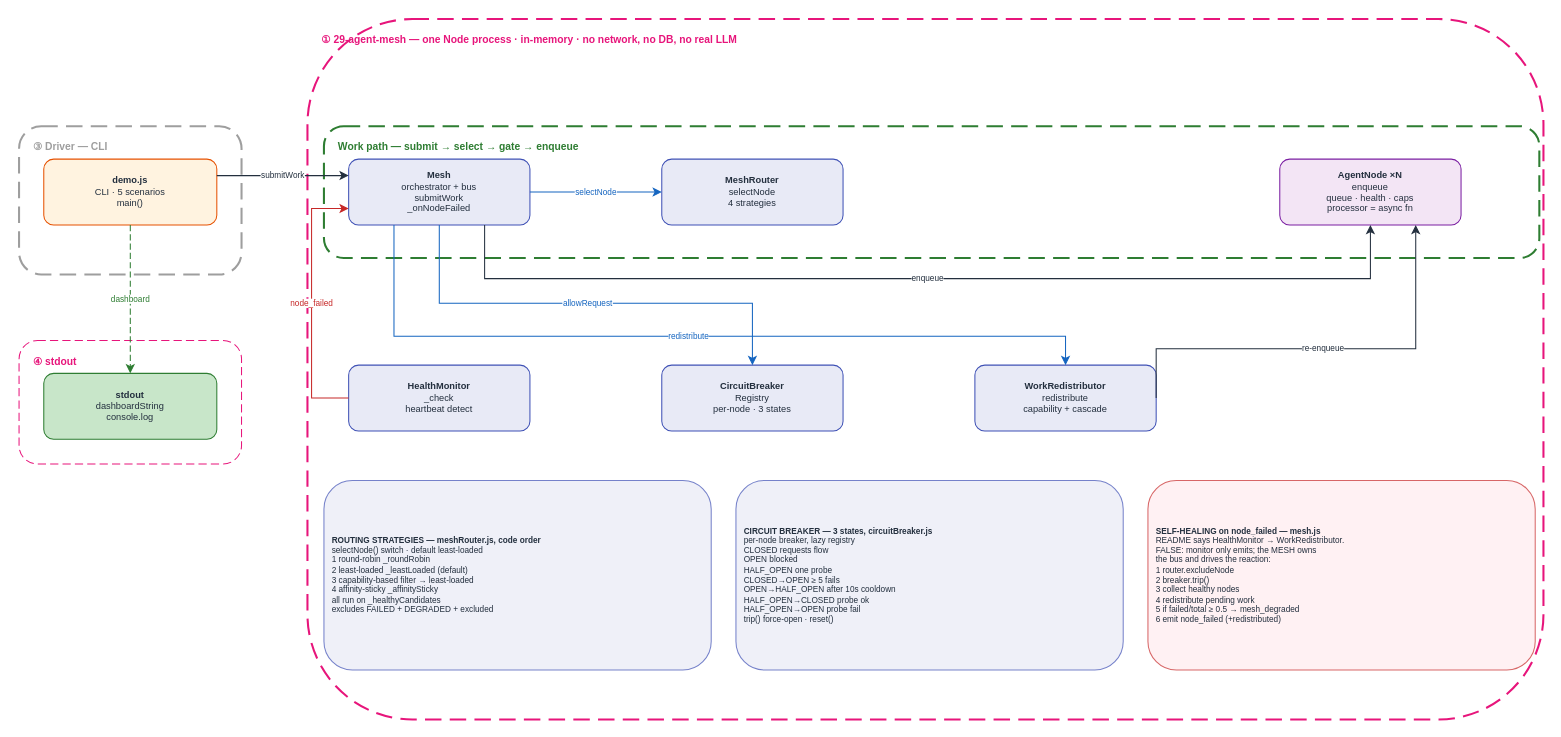
gmaheshraju/Hands-on-AgenticAI keeps this draw.io diagram as docs/diagrams/agent_mesh_v1/HOA_AgentMesh_v1.drawio. Above is the earlier version. Source tidied: cells renumbered, new cells numbered last; positions are measured from the earlier drawing's top-left corner, leaving out a move shared by most shapes. Both pictures are drawn from the tidied source at 103%, with x=0, y=0 at pixel (19, 19).
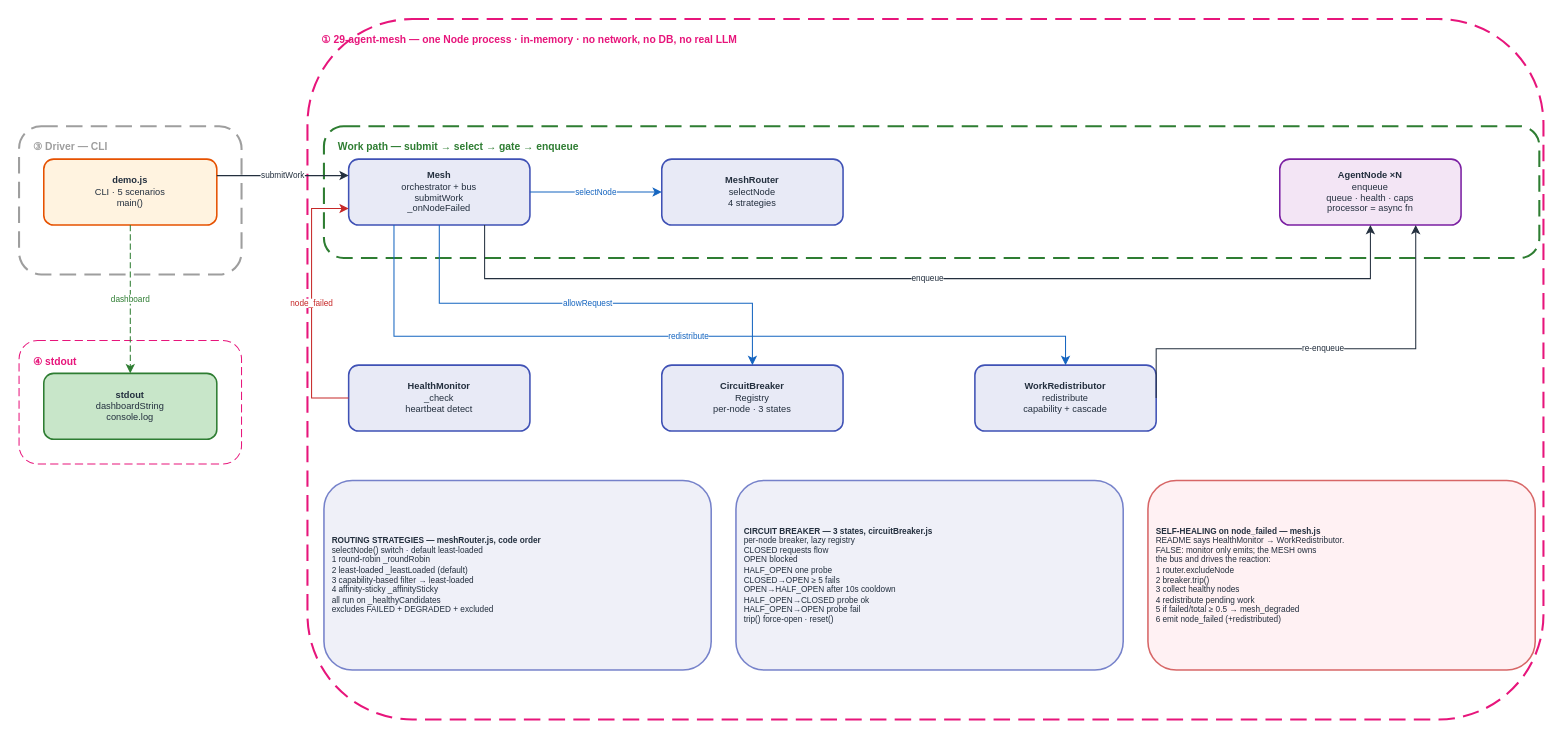
The same diagram, later.

Diff of the diagram source:
```diff
@@
-    <mxCell id="10" value="&lt;b&gt;demo.js&lt;/b&gt;&lt;br&gt;CLI · 5 scenarios&lt;br&gt;main()" style="rounded=1;fillColor=#FFF3E0;strokeColor=#E65100;fontSize=9;fontColor=#232F3E;html=1;whiteSpace=wrap;align=center;" parent="1" vertex="1">
+    <mxCell id="10" value="&lt;b&gt;demo.js&lt;/b&gt;&lt;br&gt;CLI · 5 scenarios&lt;br&gt;main()" style="rounded=1;fillColor=#FFF3E0;strokeColor=#E65100;strokeWidth=1.5;fontSize=9;fontColor=#232F3E;html=1;whiteSpace=wrap;align=center;" parent="1" vertex="1">
       <mxGeometry x="24" y="136" width="168" height="64" as="geometry" />
     </mxCell>
-    <mxCell id="11" value="&lt;b&gt;Mesh&lt;/b&gt;&lt;br&gt;orchestrator + bus&lt;br&gt;submitWork&lt;br&gt;_onNodeFailed" style="rounded=1;fillColor=#E8EAF6;strokeColor=#3F51B5;fontSize=9;fontColor=#232F3E;html=1;whiteSpace=wrap;align=center;" parent="1" vertex="1">
+    <mxCell id="11" value="&lt;b&gt;Mesh&lt;/b&gt;&lt;br&gt;orchestrator + bus&lt;br&gt;submitWork&lt;br&gt;_onNodeFailed" style="rounded=1;fillColor=#E8EAF6;strokeColor=#3F51B5;strokeWidth=1.5;fontSize=9;fontColor=#232F3E;html=1;whiteSpace=wrap;align=center;" parent="1" vertex="1">
       <mxGeometry x="320" y="136" width="176" height="64" as="geometry" />
     </mxCell>
-    <mxCell id="12" value="&lt;b&gt;MeshRouter&lt;/b&gt;&lt;br&gt;selectNode&lt;br&gt;4 strategies" style="rounded=1;fillColor=#E8EAF6;strokeColor=#3F51B5;fontSize=9;fontColor=#232F3E;html=1;whiteSpace=wrap;align=center;" parent="1" vertex="1">
+    <mxCell id="12" value="&lt;b&gt;MeshRouter&lt;/b&gt;&lt;br&gt;selectNode&lt;br&gt;4 strategies" style="rounded=1;fillColor=#E8EAF6;strokeColor=#3F51B5;strokeWidth=1.5;fontSize=9;fontColor=#232F3E;html=1;whiteSpace=wrap;align=center;" parent="1" vertex="1">
       <mxGeometry x="624" y="136" width="176" height="64" as="geometry" />
     </mxCell>
-    <mxCell id="13" value="&lt;b&gt;AgentNode ×N&lt;/b&gt;&lt;br&gt;enqueue&lt;br&gt;queue · health · caps&lt;br&gt;processor = async fn" style="rounded=1;fillColor=#F3E5F5;strokeColor=#7B1FA2;fontSize=9;fontColor=#232F3E;html=1;whiteSpace=wrap;align=center;" parent="1" vertex="1">
+    <mxCell id="13" value="&lt;b&gt;AgentNode ×N&lt;/b&gt;&lt;br&gt;enqueue&lt;br&gt;queue · health · caps&lt;br&gt;processor = async fn" style="rounded=1;fillColor=#F3E5F5;strokeColor=#7B1FA2;strokeWidth=1.5;fontSize=9;fontColor=#232F3E;html=1;whiteSpace=wrap;align=center;" parent="1" vertex="1">
       <mxGeometry x="1224" y="136" width="176" height="64" as="geometry" />
     </mxCell>
-    <mxCell id="14" value="&lt;b&gt;HealthMonitor&lt;/b&gt;&lt;br&gt;_check&lt;br&gt;heartbeat detect" style="rounded=1;fillColor=#E8EAF6;strokeColor=#3F51B5;fontSize=9;fontColor=#232F3E;html=1;whiteSpace=wrap;align=center;" parent="1" vertex="1">
+    <mxCell id="14" value="&lt;b&gt;HealthMonitor&lt;/b&gt;&lt;br&gt;_check&lt;br&gt;heartbeat detect" style="rounded=1;fillColor=#E8EAF6;strokeColor=#3F51B5;strokeWidth=1.5;fontSize=9;fontColor=#232F3E;html=1;whiteSpace=wrap;align=center;" parent="1" vertex="1">
       <mxGeometry x="320" y="336" width="176" height="64" as="geometry" />
     </mxCell>
-    <mxCell id="15" value="&lt;b&gt;CircuitBreaker&lt;/b&gt;&lt;br&gt;Registry&lt;br&gt;per-node · 3 states" style="rounded=1;fillColor=#E8EAF6;strokeColor=#3F51B5;fontSize=9;fontColor=#232F3E;html=1;whiteSpace=wrap;align=center;" parent="1" vertex="1">
+    <mxCell id="15" value="&lt;b&gt;CircuitBreaker&lt;/b&gt;&lt;br&gt;Registry&lt;br&gt;per-node · 3 states" style="rounded=1;fillColor=#E8EAF6;strokeColor=#3F51B5;strokeWidth=1.5;fontSize=9;fontColor=#232F3E;html=1;whiteSpace=wrap;align=center;" parent="1" vertex="1">
       <mxGeometry x="624" y="336" width="176" height="64" as="geometry" />
     </mxCell>
-    <mxCell id="16" value="&lt;b&gt;WorkRedistributor&lt;/b&gt;&lt;br&gt;redistribute&lt;br&gt;capability + cascade" style="rounded=1;fillColor=#E8EAF6;strokeColor=#3F51B5;fontSize=9;fontColor=#232F3E;html=1;whiteSpace=wrap;align=center;" parent="1" vertex="1">
+    <mxCell id="16" value="&lt;b&gt;WorkRedistributor&lt;/b&gt;&lt;br&gt;redistribute&lt;br&gt;capability + cascade" style="rounded=1;fillColor=#E8EAF6;strokeColor=#3F51B5;strokeWidth=1.5;fontSize=9;fontColor=#232F3E;html=1;whiteSpace=wrap;align=center;" parent="1" vertex="1">
       <mxGeometry x="928" y="336" width="176" height="64" as="geometry" />
     </mxCell>
-    <mxCell id="17" value="&lt;b&gt;stdout&lt;/b&gt;&lt;br&gt;dashboardString&lt;br&gt;console.log" style="rounded=1;fillColor=#C8E6C9;strokeColor=#2E7D32;fontSize=9;fontColor=#232F3E;html=1;whiteSpace=wrap;align=center;" parent="1" vertex="1">
+    <mxCell id="17" value="&lt;b&gt;stdout&lt;/b&gt;&lt;br&gt;dashboardString&lt;br&gt;console.log" style="rounded=1;fillColor=#C8E6C9;strokeColor=#2E7D32;strokeWidth=1.5;fontSize=9;fontColor=#232F3E;html=1;whiteSpace=wrap;align=center;" parent="1" vertex="1">
       <mxGeometry x="24" y="344" width="168" height="64" as="geometry" />
     </mxCell>
-    <mxCell id="18" value="&lt;b&gt;ROUTING STRATEGIES — meshRouter.js, code order&lt;/b&gt;&lt;br&gt;selectNode() switch · default least-loaded&lt;br&gt;1 round-robin _roundRobin&lt;br&gt;2 least-loaded _leastLoaded (default)&lt;br&gt;3 capability-based filter → least-loaded&lt;br&gt;4 affinity-sticky _affinitySticky&lt;br&gt;all run on _healthyCandidates&lt;br&gt;excludes FAILED + DEGRADED + excluded" style="rounded=1;fillColor=#E8EAF6;strokeColor=#3F51B5;fontSize=8;fontColor=#232F3E;html=1;whiteSpace=wrap;align=left;spacingLeft=6;opacity=70;" parent="1" vertex="1">
+    <mxCell id="18" value="&lt;b&gt;ROUTING STRATEGIES — meshRouter.js, code order&lt;/b&gt;&lt;br&gt;selectNode() switch · default least-loaded&lt;br&gt;1 round-robin _roundRobin&lt;br&gt;2 least-loaded _leastLoaded (default)&lt;br&gt;3 capability-based filter → least-loaded&lt;br&gt;4 affinity-sticky _affinitySticky&lt;br&gt;all run on _healthyCandidates&lt;br&gt;excludes FAILED + DEGRADED + excluded" style="rounded=1;fillColor=#E8EAF6;strokeColor=#3F51B5;strokeWidth=1.5;fontSize=8;fontColor=#232F3E;html=1;whiteSpace=wrap;align=left;spacingLeft=6;opacity=70;" parent="1" vertex="1">
       <mxGeometry x="296" y="448" width="376" height="184" as="geometry" />
     </mxCell>
-    <mxCell id="19" value="&lt;b&gt;CIRCUIT BREAKER — 3 states, circuitBreaker.js&lt;/b&gt;&lt;br&gt;per-node breaker, lazy registry&lt;br&gt;CLOSED requests flow&lt;br&gt;OPEN blocked&lt;br&gt;HALF_OPEN one probe&lt;br&gt;CLOSED→OPEN ≥ 5 fails&lt;br&gt;OPEN→HALF_OPEN after 10s cooldown&lt;br&gt;HALF_OPEN→CLOSED probe ok&lt;br&gt;HALF_OPEN→OPEN probe fail&lt;br&gt;trip() force-open · reset()" style="rounded=1;fillColor=#E8EAF6;strokeColor=#3F51B5;fontSize=8;fontColor=#232F3E;html=1;whiteSpace=wrap;align=left;spacingLeft=6;opacity=70;" parent="1" vertex="1">
+    <mxCell id="19" value="&lt;b&gt;CIRCUIT BREAKER — 3 states, circuitBreaker.js&lt;/b&gt;&lt;br&gt;per-node breaker, lazy registry&lt;br&gt;CLOSED requests flow&lt;br&gt;OPEN blocked&lt;br&gt;HALF_OPEN one probe&lt;br&gt;CLOSED→OPEN ≥ 5 fails&lt;br&gt;OPEN→HALF_OPEN after 10s cooldown&lt;br&gt;HALF_OPEN→CLOSED probe ok&lt;br&gt;HALF_OPEN→OPEN probe fail&lt;br&gt;trip() force-open · reset()" style="rounded=1;fillColor=#E8EAF6;strokeColor=#3F51B5;strokeWidth=1.5;fontSize=8;fontColor=#232F3E;html=1;whiteSpace=wrap;align=left;spacingLeft=6;opacity=70;" parent="1" vertex="1">
       <mxGeometry x="696" y="448" width="376" height="184" as="geometry" />
     </mxCell>
-    <mxCell id="20" value="&lt;b&gt;SELF-HEALING on node_failed — mesh.js&lt;/b&gt;&lt;br&gt;README says HealthMonitor → WorkRedistributor.&lt;br&gt;FALSE: monitor only emits; the MESH owns&lt;br&gt;the bus and drives the reaction:&lt;br&gt;1 router.excludeNode&lt;br&gt;2 breaker.trip()&lt;br&gt;3 collect healthy nodes&lt;br&gt;4 redistribute pending work&lt;br&gt;5 if failed/total ≥ 0.5 → mesh_degraded&lt;br&gt;6 emit node_failed (+redistributed)" style="rounded=1;fillColor=#FFEBEE;strokeColor=#C62828;fontSize=8;fontColor=#232F3E;html=1;whiteSpace=wrap;align=left;spacingLeft=6;opacity=70;" parent="1" vertex="1">
+    <mxCell id="20" value="&lt;b&gt;SELF-HEALING on node_failed — mesh.js&lt;/b&gt;&lt;br&gt;README says HealthMonitor → WorkRedistributor.&lt;br&gt;FALSE: monitor only emits; the MESH owns&lt;br&gt;the bus and drives the reaction:&lt;br&gt;1 router.excludeNode&lt;br&gt;2 breaker.trip()&lt;br&gt;3 collect healthy nodes&lt;br&gt;4 redistribute pending work&lt;br&gt;5 if failed/total ≥ 0.5 → mesh_degraded&lt;br&gt;6 emit node_failed (+redistributed)" style="rounded=1;fillColor=#FFEBEE;strokeColor=#C62828;strokeWidth=1.5;fontSize=8;fontColor=#232F3E;html=1;whiteSpace=wrap;align=left;spacingLeft=6;opacity=70;" parent="1" vertex="1">
       <mxGeometry x="1096" y="448" width="376" height="184" as="geometry" />
     </mxCell>
```
